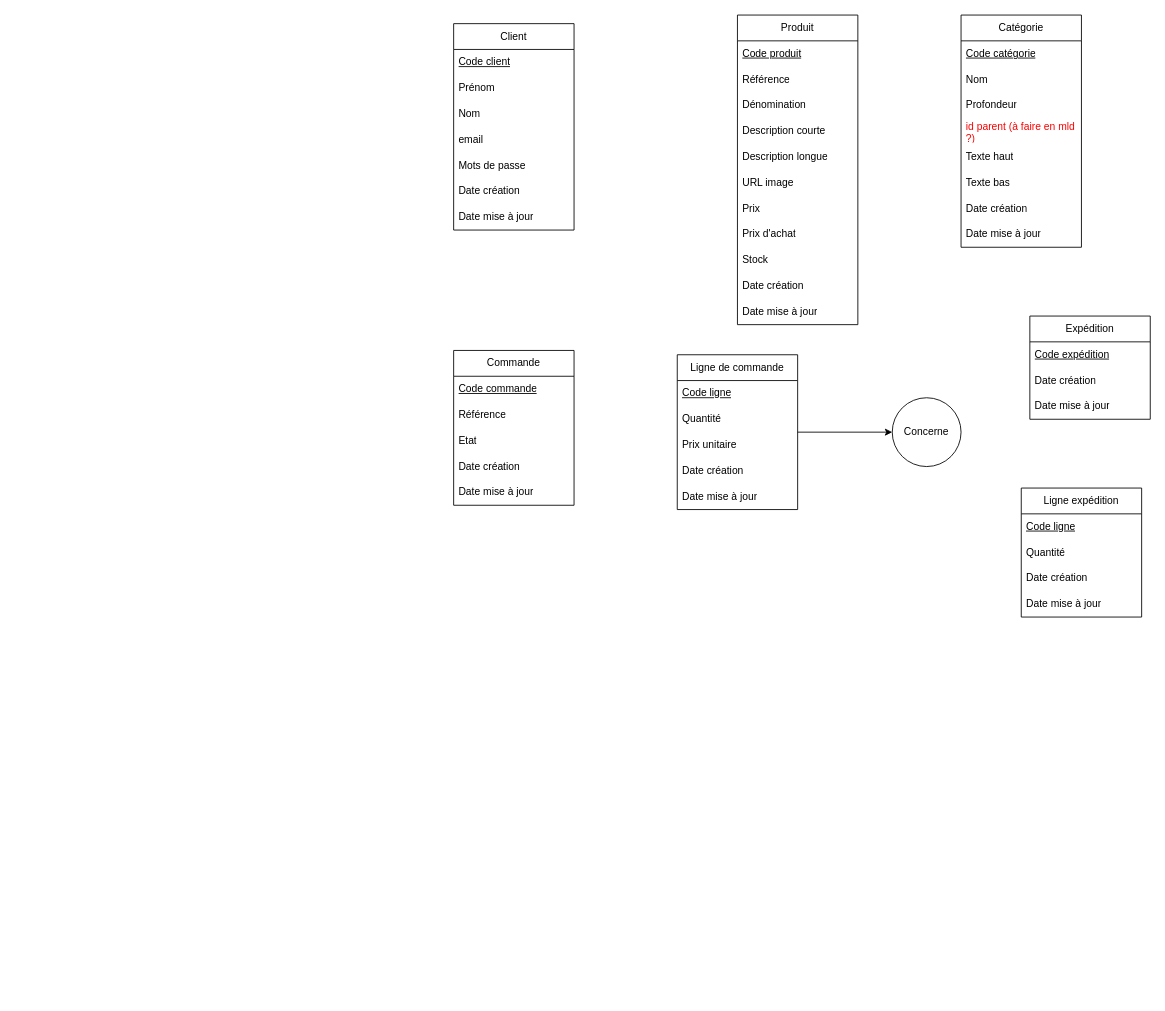
Before: doc/mcd.drawio in Romain-NAVARRO-83/Grid-Commerce, a draw.io diagram. Source tidied: cells renumbered, new cells numbered last; positions are measured from the earlier drawing's top-left corner, leaving out a move shared by most shapes. Both pictures are drawn from the tidied source at 86%, with x=0, y=0 at pixel (453, 15).
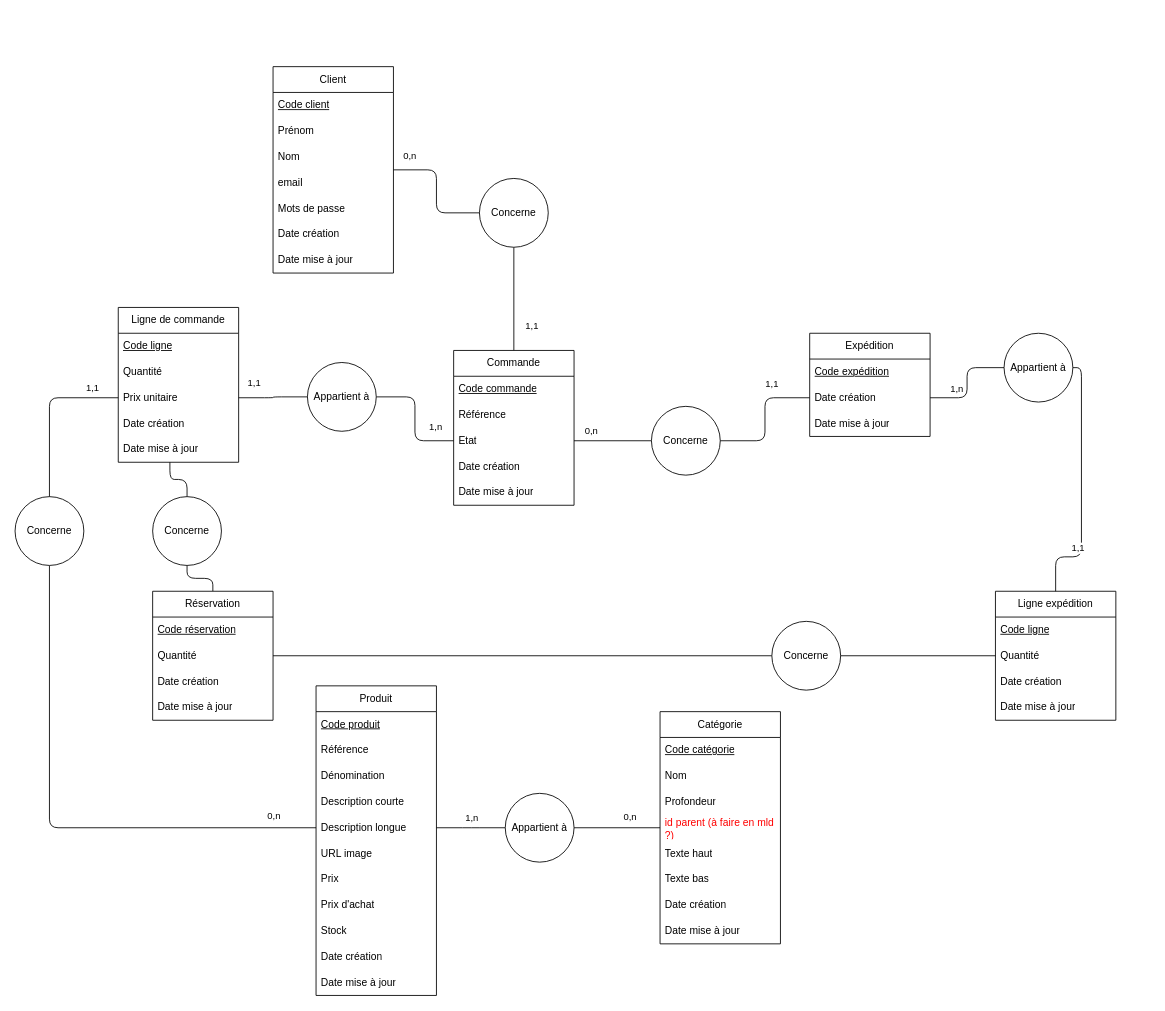
The same diagram, later.

Commit message:
full front MCD

Unchanged cells that the change refers to:
```xml
<mxCell id="7" value="Description longue" style="text;strokeColor=none;fillColor=none;align=left;verticalAlign=middle;spacingLeft=4;spacingRight=4;overflow=hidden;points=[[0,0.5],[1,0.5]];portConstraint=eastwest;whiteSpace=wrap;html=1;" parent="2" vertex="1">
  <mxGeometry y="150" width="140" height="30" as="geometry" />
</mxCell>
<mxCell id="31" value="Commande" style="swimlane;fontStyle=0;horizontal=1;startSize=30;whiteSpace=wrap;html=1;" parent="1" vertex="1">
  <mxGeometry y="390" width="140" height="180" as="geometry" />
</mxCell>
<mxCell id="34" value="Etat" style="text;strokeColor=none;fillColor=none;align=left;verticalAlign=middle;spacingLeft=4;spacingRight=4;overflow=hidden;points=[[0,0.5],[1,0.5]];portConstraint=eastwest;whiteSpace=wrap;html=1;" parent="31" vertex="1">
  <mxGeometry y="90" width="140" height="30" as="geometry" />
</mxCell>
<mxCell id="41" value="Prix unitaire" style="text;strokeColor=none;fillColor=none;align=left;verticalAlign=middle;spacingLeft=4;spacingRight=4;overflow=hidden;points=[[0,0.5],[1,0.5]];portConstraint=eastwest;whiteSpace=wrap;html=1;" parent="38" vertex="1">
  <mxGeometry y="90" width="140" height="30" as="geometry" />
</mxCell>
<mxCell id="43" value="Date mise à jour" style="text;strokeColor=none;fillColor=none;align=left;verticalAlign=middle;spacingLeft=4;spacingRight=4;overflow=hidden;points=[[0,0.5],[1,0.5]];portConstraint=eastwest;whiteSpace=wrap;html=1;" parent="38" vertex="1">
  <mxGeometry y="150" width="140" height="30" as="geometry" />
</mxCell>
<mxCell id="46" value="Date création" style="text;strokeColor=none;fillColor=none;align=left;verticalAlign=middle;spacingLeft=4;spacingRight=4;overflow=hidden;points=[[0,0.5],[1,0.5]];portConstraint=eastwest;whiteSpace=wrap;html=1;" parent="44" vertex="1">
  <mxGeometry y="60" width="140" height="30" as="geometry" />
</mxCell>
<mxCell id="50" value="Quantité" style="text;strokeColor=none;fillColor=none;align=left;verticalAlign=middle;spacingLeft=4;spacingRight=4;overflow=hidden;points=[[0,0.5],[1,0.5]];portConstraint=eastwest;whiteSpace=wrap;html=1;" parent="48" vertex="1">
  <mxGeometry y="60" width="140" height="30" as="geometry" />
</mxCell>
```

Diff of the diagram source:
```diff
@@
     <mxCell id="2" value="Produit" style="swimlane;fontStyle=0;horizontal=1;startSize=30;whiteSpace=wrap;html=1;" parent="1" vertex="1">
-      <mxGeometry x="330" width="140" height="360" as="geometry" />
+      <mxGeometry x="-160" y="780" width="140" height="360" as="geometry" />
     </mxCell>
@@
+    <mxCell id="54" style="edgeStyle=orthogonalEdgeStyle;html=1;endArrow=none;endFill=0;" parent="1" edge="1" source="14" target="74">
+      <mxGeometry relative="1" as="geometry" />
+    </mxCell>
+    <mxCell id="55" value="0,n" style="edgeLabel;html=1;align=center;verticalAlign=middle;" parent="54" vertex="1">
+      <mxGeometry relative="1" as="geometry">
+        <mxPoint x="14" y="-14" as="offset" />
+      </mxGeometry>
+    </mxCell>
     <mxCell id="14" value="Catégorie" style="swimlane;fontStyle=0;horizontal=1;startSize=30;whiteSpace=wrap;html=1;" parent="1" vertex="1">
-      <mxGeometry x="590" width="140" height="270" as="geometry" />
+      <mxGeometry x="240" y="810" width="140" height="270" as="geometry" />
     </mxCell>
@@
     <mxCell id="23" value="Client" style="swimlane;fontStyle=0;horizontal=1;startSize=30;whiteSpace=wrap;html=1;" parent="1" vertex="1">
-      <mxGeometry y="10" width="140" height="240" as="geometry" />
+      <mxGeometry x="-210" y="60" width="140" height="240" as="geometry" />
     </mxCell>
@@
+    <mxCell id="56" style="edgeStyle=orthogonalEdgeStyle;html=1;endArrow=none;endFill=0;" parent="1" edge="1" source="31" target="77">
+      <mxGeometry relative="1" as="geometry" />
+    </mxCell>
+    <mxCell id="57" value="1,1" style="edgeLabel;html=1;align=center;verticalAlign=middle;" parent="56" vertex="1">
+      <mxGeometry x="-0.17" y="-3" relative="1" as="geometry">
+        <mxPoint x="17" y="20" as="offset" />
+      </mxGeometry>
+    </mxCell>
@@
-    <mxCell id="37" style="edgeStyle=none;html=1;fontColor=#FF0000;" parent="1" edge="1" source="38" target="53">
-      <mxGeometry relative="1" as="geometry" />
-    </mxCell>
     <mxCell id="38" value="Ligne de commande" style="swimlane;fontStyle=0;horizontal=1;startSize=30;whiteSpace=wrap;html=1;" parent="1" vertex="1">
-      <mxGeometry x="260" y="395" width="140" height="180" as="geometry" />
+      <mxGeometry x="-390" y="340" width="140" height="180" as="geometry" />
     </mxCell>
@@
     <mxCell id="44" value="Expédition" style="swimlane;fontStyle=0;horizontal=1;startSize=30;whiteSpace=wrap;html=1;" parent="1" vertex="1">
-      <mxGeometry x="670" y="350" width="140" height="120" as="geometry" />
+      <mxGeometry x="414" y="370" width="140" height="120" as="geometry" />
     </mxCell>
@@
     <mxCell id="48" value="Ligne expédition" style="swimlane;fontStyle=0;horizontal=1;startSize=30;whiteSpace=wrap;html=1;" parent="1" vertex="1">
-      <mxGeometry x="660" y="550" width="140" height="150" as="geometry" />
+      <mxGeometry x="630" y="670" width="140" height="150" as="geometry" />
     </mxCell>
@@
+    <mxCell id="58" style="edgeStyle=orthogonalEdgeStyle;html=1;entryX=1;entryY=0.5;entryDx=0;entryDy=0;endArrow=none;endFill=0;" parent="1" edge="1" source="53" target="34">
+      <mxGeometry relative="1" as="geometry" />
+    </mxCell>
+    <mxCell id="59" value="0,n" style="edgeLabel;html=1;align=center;verticalAlign=middle;" parent="58" vertex="1">
+      <mxGeometry x="0.74" relative="1" as="geometry">
+        <mxPoint x="7" y="-12" as="offset" />
+      </mxGeometry>
+    </mxCell>
     <mxCell id="53" value="Concerne" style="ellipse;whiteSpace=wrap;html=1;fontStyle=0;startSize=30;" parent="1" vertex="1">
-      <mxGeometry x="510" y="445" width="80" height="80" as="geometry" />
+      <mxGeometry x="230" y="455" width="80" height="80" as="geometry" />
     </mxCell>
+    <mxCell id="60" style="edgeStyle=orthogonalEdgeStyle;html=1;exitX=0;exitY=0.5;exitDx=0;exitDy=0;entryX=1;entryY=0.5;entryDx=0;entryDy=0;endArrow=none;endFill=0;" parent="1" edge="1" source="46" target="53">
+      <mxGeometry relative="1" as="geometry" />
+    </mxCell>
+    <mxCell id="61" value="1,1" style="edgeLabel;html=1;align=center;verticalAlign=middle;" parent="60" vertex="1">
+      <mxGeometry x="-0.41" y="-1" relative="1" as="geometry">
+        <mxPoint y="-16" as="offset" />
+      </mxGeometry>
+    </mxCell>
+    <mxCell id="62" style="edgeStyle=orthogonalEdgeStyle;html=1;exitX=0;exitY=0.5;exitDx=0;exitDy=0;entryX=1;entryY=0.5;entryDx=0;entryDy=0;endArrow=none;endFill=0;" parent="1" edge="1" source="64" target="46">
+      <mxGeometry relative="1" as="geometry" />
+    </mxCell>
+    <mxCell id="63" value="1,n" style="edgeLabel;html=1;align=center;verticalAlign=middle;" parent="62" vertex="1">
+      <mxGeometry x="0.5" y="-2" relative="1" as="geometry">
+        <mxPoint y="-9" as="offset" />
+      </mxGeometry>
+    </mxCell>
+    <mxCell id="64" value="Appartient à" style="ellipse;whiteSpace=wrap;html=1;fontStyle=0;startSize=30;" parent="1" vertex="1">
+      <mxGeometry x="640" y="370" width="80" height="80" as="geometry" />
+    </mxCell>
+    <mxCell id="65" style="edgeStyle=orthogonalEdgeStyle;html=1;exitX=1;exitY=0.5;exitDx=0;exitDy=0;entryX=0;entryY=0.5;entryDx=0;entryDy=0;endArrow=none;endFill=0;" parent="1" edge="1" source="69" target="34">
+      <mxGeometry relative="1" as="geometry" />
+    </mxCell>
+    <mxCell id="66" value="1,n" style="edgeLabel;html=1;align=center;verticalAlign=middle;" parent="65" vertex="1">
+      <mxGeometry x="0.72" y="-2" relative="1" as="geometry">
+        <mxPoint x="-2" y="-19" as="offset" />
+      </mxGeometry>
+    </mxCell>
+    <mxCell id="67" style="edgeStyle=orthogonalEdgeStyle;html=1;exitX=0;exitY=0.5;exitDx=0;exitDy=0;entryX=1;entryY=0.5;entryDx=0;entryDy=0;endArrow=none;endFill=0;" parent="1" edge="1" source="69" target="41">
+      <mxGeometry relative="1" as="geometry" />
+    </mxCell>
+    <mxCell id="68" value="1,1" style="edgeLabel;html=1;align=center;verticalAlign=middle;" parent="67" vertex="1">
+      <mxGeometry x="0.35" y="2" relative="1" as="geometry">
+        <mxPoint x="-9" y="-20" as="offset" />
+      </mxGeometry>
+    </mxCell>
+    <mxCell id="69" value="Appartient à" style="ellipse;whiteSpace=wrap;html=1;fontStyle=0;startSize=30;" parent="1" vertex="1">
+      <mxGeometry x="-170" y="404" width="80" height="80" as="geometry" />
+    </mxCell>
+    <mxCell id="70" style="edgeStyle=orthogonalEdgeStyle;html=1;entryX=1;entryY=0.5;entryDx=0;entryDy=0;endArrow=none;endFill=0;exitX=0.5;exitY=0;exitDx=0;exitDy=0;" parent="1" edge="1" source="48" target="64">
+      <mxGeometry relative="1" as="geometry">
+        <Array as="points">
+          <mxPoint x="700" y="630" />
+          <mxPoint x="730" y="630" />
+          <mxPoint x="730" y="410" />
+        </Array>
+      </mxGeometry>
+    </mxCell>
+    <mxCell id="71" value="1,1" style="edgeLabel;html=1;align=center;verticalAlign=middle;" parent="70" vertex="1">
+      <mxGeometry x="-0.57" relative="1" as="geometry">
+        <mxPoint y="-11" as="offset" />
+      </mxGeometry>
+    </mxCell>
+    <mxCell id="72" style="edgeStyle=orthogonalEdgeStyle;html=1;exitX=0;exitY=0.5;exitDx=0;exitDy=0;endArrow=none;endFill=0;" parent="1" edge="1" source="74">
+      <mxGeometry relative="1" as="geometry">
+        <mxPoint x="-20" y="945" as="targetPoint" />
+      </mxGeometry>
+    </mxCell>
+    <mxCell id="73" value="1,n" style="edgeLabel;html=1;align=center;verticalAlign=middle;" parent="72" vertex="1">
+      <mxGeometry relative="1" as="geometry">
+        <mxPoint y="-12" as="offset" />
+      </mxGeometry>
+    </mxCell>
+    <mxCell id="74" value="Appartient à" style="ellipse;whiteSpace=wrap;html=1;fontStyle=0;startSize=30;" parent="1" vertex="1">
+      <mxGeometry x="60" y="905" width="80" height="80" as="geometry" />
+    </mxCell>
+    <mxCell id="75" style="edgeStyle=orthogonalEdgeStyle;html=1;exitX=0;exitY=0.5;exitDx=0;exitDy=0;entryX=1;entryY=0.5;entryDx=0;entryDy=0;endArrow=none;endFill=0;" parent="1" edge="1" source="77" target="23">
+      <mxGeometry relative="1" as="geometry" />
+    </mxCell>
+    <mxCell id="76" value="0,n" style="edgeLabel;html=1;align=center;verticalAlign=middle;" parent="75" vertex="1">
+      <mxGeometry x="0.68" y="3" relative="1" as="geometry">
+        <mxPoint x="-6" y="-20" as="offset" />
+      </mxGeometry>
+    </mxCell>
+    <mxCell id="77" value="Concerne" style="ellipse;whiteSpace=wrap;html=1;fontStyle=0;startSize=30;" parent="1" vertex="1">
+      <mxGeometry x="30" y="190" width="80" height="80" as="geometry" />
+    </mxCell>
+    <mxCell id="78" style="edgeStyle=orthogonalEdgeStyle;html=1;exitX=0.5;exitY=1;exitDx=0;exitDy=0;entryX=0;entryY=0.5;entryDx=0;entryDy=0;endArrow=none;endFill=0;" parent="1" edge="1" source="80" target="7">
+      <mxGeometry relative="1" as="geometry" />
+    </mxCell>
+    <mxCell id="79" value="0,n" style="edgeLabel;html=1;align=center;verticalAlign=middle;" parent="78" vertex="1">
+      <mxGeometry x="0.79" relative="1" as="geometry">
+        <mxPoint x="15" y="-15" as="offset" />
+      </mxGeometry>
+    </mxCell>
+    <mxCell id="80" value="Concerne" style="ellipse;whiteSpace=wrap;html=1;" parent="1" vertex="1">
+      <mxGeometry x="-510" y="560" width="80" height="80" as="geometry" />
+    </mxCell>
+    <mxCell id="81" style="edgeStyle=orthogonalEdgeStyle;html=1;exitX=0;exitY=0.5;exitDx=0;exitDy=0;entryX=0.5;entryY=0;entryDx=0;entryDy=0;endArrow=none;endFill=0;" parent="1" edge="1" source="41" target="80">
+      <mxGeometry relative="1" as="geometry" />
+    </mxCell>
+    <mxCell id="82" value="1,1" style="edgeLabel;html=1;align=center;verticalAlign=middle;" parent="81" vertex="1">
+      <mxGeometry x="-0.68" y="-2" relative="1" as="geometry">
+        <mxPoint y="-10" as="offset" />
+      </mxGeometry>
+    </mxCell>
+    <mxCell id="83" style="edgeStyle=orthogonalEdgeStyle;html=1;exitX=0.5;exitY=0;exitDx=0;exitDy=0;entryX=0.5;entryY=1;entryDx=0;entryDy=0;endArrow=none;endFill=0;" parent="1" edge="1" source="84" target="93">
+      <mxGeometry relative="1" as="geometry" />
+    </mxCell>
+    <mxCell id="84" value="Réservation" style="swimlane;fontStyle=0;horizontal=1;startSize=30;whiteSpace=wrap;html=1;" parent="1" vertex="1">
+      <mxGeometry x="-350" y="670" width="140" height="150" as="geometry" />
+    </mxCell>
+    <mxCell id="85" value="&lt;u&gt;Code réservation&lt;/u&gt;" style="text;strokeColor=none;fillColor=none;align=left;verticalAlign=middle;spacingLeft=4;spacingRight=4;overflow=hidden;whiteSpace=wrap;html=1;" parent="84" vertex="1">
+      <mxGeometry y="30" width="140" height="30" as="geometry" />
+    </mxCell>
+    <mxCell id="86" value="Quantité" style="text;strokeColor=none;fillColor=none;align=left;verticalAlign=middle;spacingLeft=4;spacingRight=4;overflow=hidden;points=[[0,0.5],[1,0.5]];portConstraint=eastwest;whiteSpace=wrap;html=1;" parent="84" vertex="1">
+      <mxGeometry y="60" width="140" height="30" as="geometry" />
+    </mxCell>
+    <mxCell id="87" value="Date création" style="text;strokeColor=none;fillColor=none;align=left;verticalAlign=middle;spacingLeft=4;spacingRight=4;overflow=hidden;whiteSpace=wrap;html=1;" parent="84" vertex="1">
+      <mxGeometry y="90" width="140" height="30" as="geometry" />
+    </mxCell>
+    <mxCell id="88" value="Date mise à jour" style="text;strokeColor=none;fillColor=none;align=left;verticalAlign=middle;spacingLeft=4;spacingRight=4;overflow=hidden;whiteSpace=wrap;html=1;" parent="84" vertex="1">
+      <mxGeometry y="120" width="140" height="30" as="geometry" />
+    </mxCell>
+    <mxCell id="89" style="edgeStyle=orthogonalEdgeStyle;html=1;exitX=0;exitY=0.5;exitDx=0;exitDy=0;entryX=1;entryY=0.5;entryDx=0;entryDy=0;endArrow=none;endFill=0;" parent="1" edge="1" source="90" target="86">
+      <mxGeometry relative="1" as="geometry" />
+    </mxCell>
+    <mxCell id="90" value="Concerne" style="ellipse;whiteSpace=wrap;html=1;" parent="1" vertex="1">
+      <mxGeometry x="370" y="705" width="80" height="80" as="geometry" />
+    </mxCell>
+    <mxCell id="91" style="edgeStyle=orthogonalEdgeStyle;html=1;exitX=0;exitY=0.5;exitDx=0;exitDy=0;entryX=1;entryY=0.5;entryDx=0;entryDy=0;endArrow=none;endFill=0;" parent="1" edge="1" source="50" target="90">
+      <mxGeometry relative="1" as="geometry" />
+    </mxCell>
+    <mxCell id="92" style="edgeStyle=orthogonalEdgeStyle;html=1;exitX=0.5;exitY=0;exitDx=0;exitDy=0;entryX=0.429;entryY=1;entryDx=0;entryDy=0;entryPerimeter=0;endArrow=none;endFill=0;" parent="1" edge="1" source="93" target="43">
+      <mxGeometry relative="1" as="geometry" />
+    </mxCell>
+    <mxCell id="93" value="Concerne" style="ellipse;whiteSpace=wrap;html=1;" parent="1" vertex="1">
+      <mxGeometry x="-350" y="560" width="80" height="80" as="geometry" />
+    </mxCell>
```
